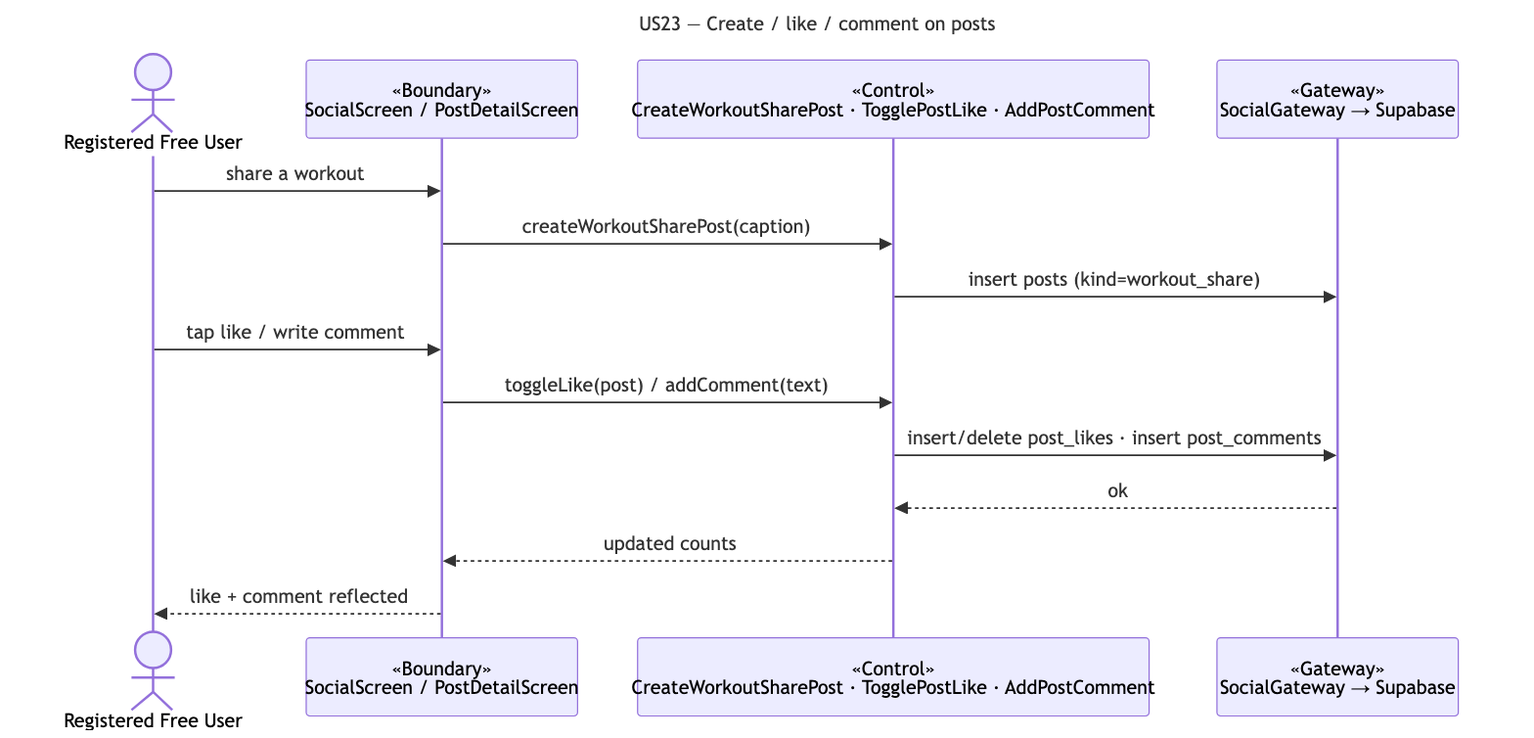
cyuanjun/FYP-26-S2-37-app keeps this Mermaid diagram as docs/deliverables/sequence-diagrams/US23-post-interactions.png. Above is the earlier version. Its source is kept beside it as docs/deliverables/sequence-diagrams/src/US23-post-interactions.mmd.
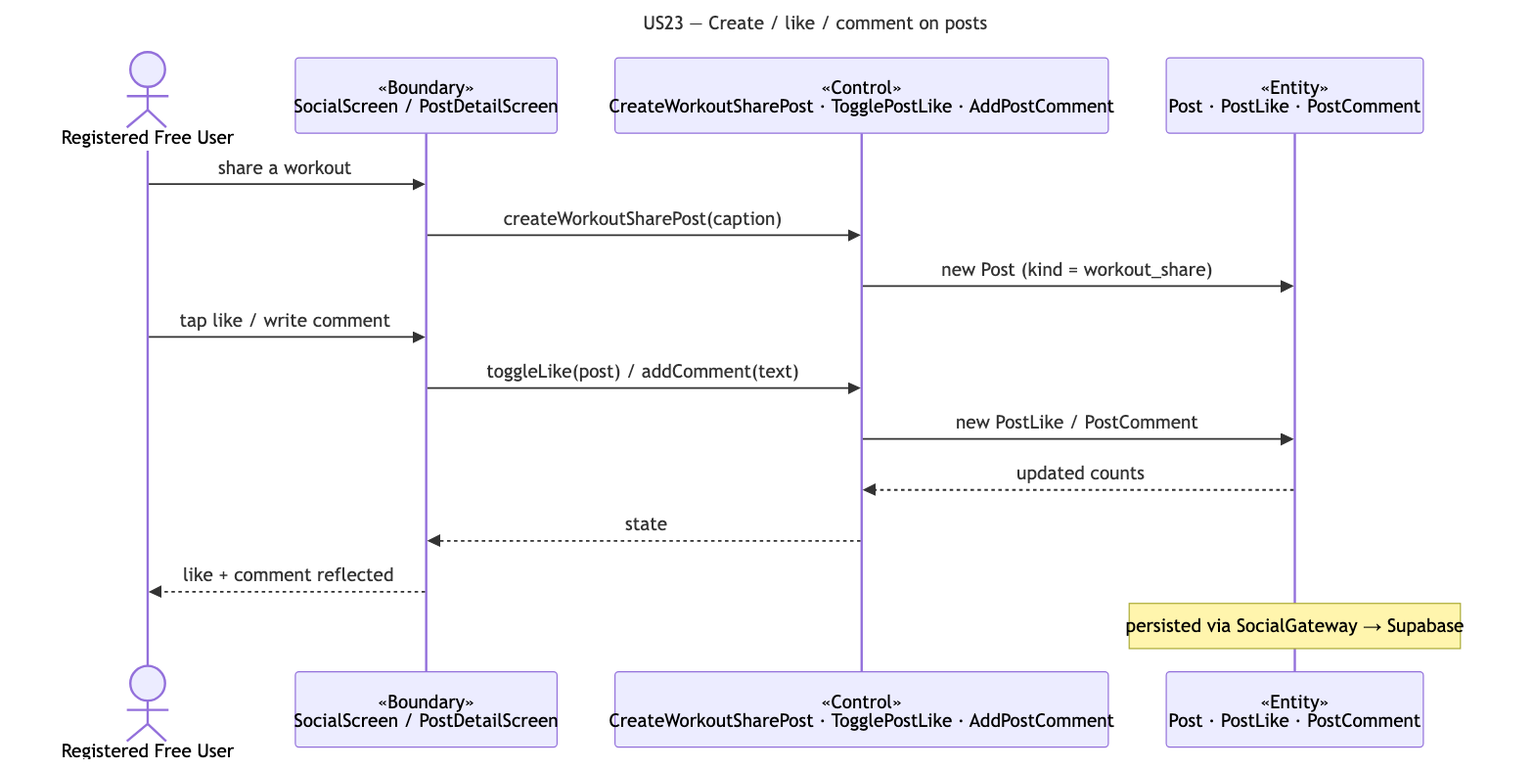
After the change.

Diff of the diagram source:
```diff
@@ -5,13 +5,14 @@
   actor A as Registered Free User
   participant B as «Boundary»<br/>SocialScreen / PostDetailScreen
   participant C as «Control»<br/>CreateWorkoutSharePost · TogglePostLike · AddPostComment
-  participant G as «Gateway»<br/>SocialGateway → Supabase
+  participant E as «Entity»<br/>Post · PostLike · PostComment
   A->>B: share a workout
   B->>C: createWorkoutSharePost(caption)
-  C->>G: insert posts (kind=workout_share)
+  C->>E: new Post (kind = workout_share)
   A->>B: tap like / write comment
   B->>C: toggleLike(post) / addComment(text)
-  C->>G: insert/delete post_likes · insert post_comments
-  G-->>C: ok
-  C-->>B: updated counts
+  C->>E: new PostLike / PostComment
+  E-->>C: updated counts
+  C-->>B: state
   B-->>A: like + comment reflected
+  note over E: persisted via SocialGateway → Supabase
```
